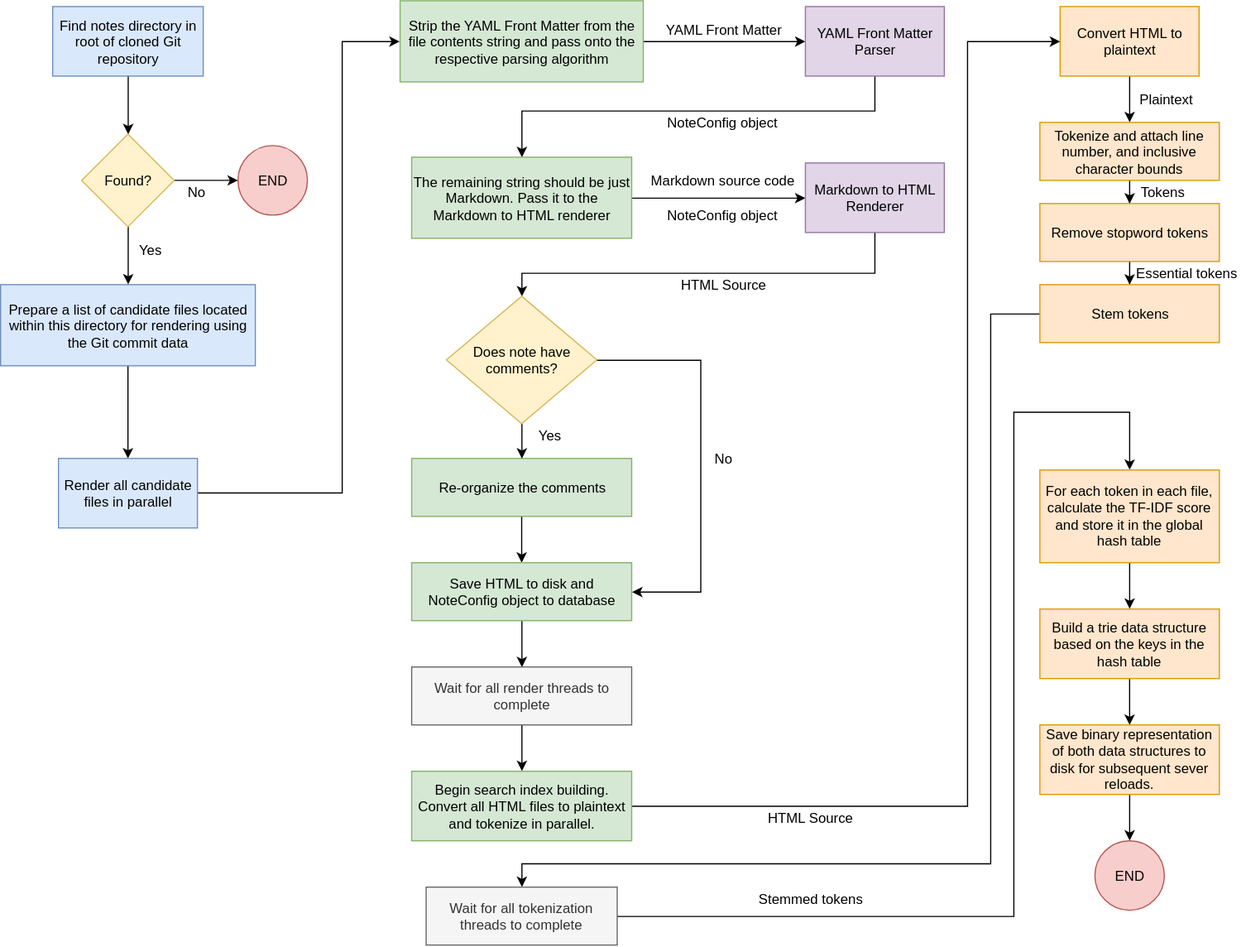
This is assets/RenderSearchIndexFlowchart.svg from RohitAwate/NoteHero, a draw.io export, as it was before one commit. Source tidied: cells renumbered, new cells last; positions are measured from the earlier drawing's top-left corner, leaving out a move shared by most shapes.
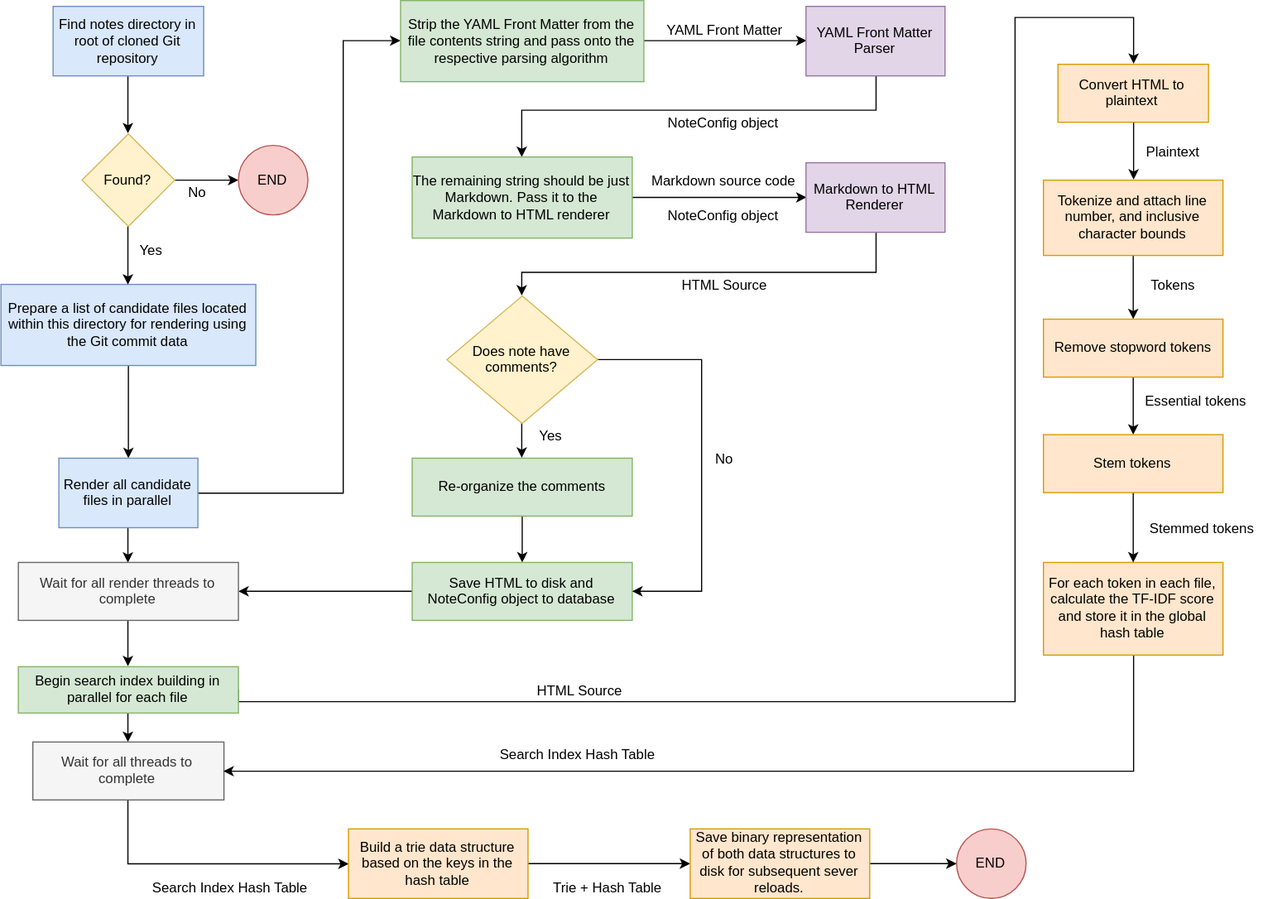
Later version of the same file.

Commit message:
Improve rendering flowchart

Diff of the diagram source:
```diff
@@ -42,6 +42,9 @@
         </Array>
       </mxGeometry>
     </mxCell>
+    <mxCell id="62" style="edgeStyle=orthogonalEdgeStyle;rounded=0;jettySize=auto;html=1;entryX=0.5;entryY=0;entryDx=0;entryDy=0;" parent="1" edge="1" source="13" target="38">
+      <mxGeometry relative="1" as="geometry" />
+    </mxCell>
     <mxCell id="13" value="Render all candidate files in parallel" style="rounded=0;whiteSpace=wrap;html=1;fillColor=#dae8fc;strokeColor=#6c8ebf;" parent="1" vertex="1">
       <mxGeometry x="50" y="395" width="120" height="60" as="geometry" />
     </mxCell>
@@ -97,7 +100,7 @@
     <mxCell id="27" value="HTML Source" style="text;html=1;align=center;verticalAlign=middle;" parent="1" vertex="1">
       <mxGeometry x="580" y="235" width="90" height="20" as="geometry" />
     </mxCell>
-    <mxCell id="28" style="edgeStyle=orthogonalEdgeStyle;rounded=0;jettySize=auto;html=1;entryX=0.5;entryY=0;entryDx=0;entryDy=0;" parent="1" edge="1" source="29" target="38">
+    <mxCell id="28" style="edgeStyle=orthogonalEdgeStyle;rounded=0;jettySize=auto;html=1;entryX=1;entryY=0.5;entryDx=0;entryDy=0;" parent="1" edge="1" source="29" target="38">
       <mxGeometry relative="1" as="geometry" />
     </mxCell>
     <mxCell id="29" value="Save HTML to disk and NoteConfig object to database" style="rounded=0;whiteSpace=wrap;html=1;fillColor=#d5e8d4;strokeColor=#82b366;" parent="1" vertex="1">
@@ -107,7 +110,7 @@
       <mxGeometry x="570" y="175" width="110" height="20" as="geometry" />
     </mxCell>
     <mxCell id="31" value="END" style="ellipse;whiteSpace=wrap;html=1;fillColor=#f8cecc;strokeColor=#b85450;" parent="1" vertex="1">
-      <mxGeometry x="945" y="725" width="60" height="60" as="geometry" />
+      <mxGeometry x="825" y="715" width="60" height="60" as="geometry" />
     </mxCell>
     <mxCell id="32" style="edgeStyle=orthogonalEdgeStyle;rounded=0;jettySize=auto;html=1;entryX=0.5;entryY=0;entryDx=0;entryDy=0;" parent="1" edge="1" source="34" target="26">
       <mxGeometry relative="1" as="geometry" />
@@ -134,93 +137,99 @@
       <mxGeometry relative="1" as="geometry" />
     </mxCell>
     <mxCell id="38" value="Wait for all render threads to complete" style="rounded=0;whiteSpace=wrap;html=1;fillColor=#f5f5f5;strokeColor=#666666;fontColor=#333333;" parent="1" vertex="1">
-      <mxGeometry x="355" y="575" width="190" height="50" as="geometry" />
+      <mxGeometry x="15" y="485" width="190" height="50" as="geometry" />
     </mxCell>
     <mxCell id="39" style="edgeStyle=orthogonalEdgeStyle;rounded=0;jettySize=auto;html=1;entryX=0.5;entryY=0;entryDx=0;entryDy=0;" parent="1" edge="1" source="40" target="42">
       <mxGeometry relative="1" as="geometry" />
     </mxCell>
     <mxCell id="40" value="Convert HTML to plaintext" style="rounded=0;whiteSpace=wrap;html=1;fillColor=#ffe6cc;strokeColor=#d79b00;" parent="1" vertex="1">
-      <mxGeometry x="915" y="5" width="120" height="60" as="geometry" />
+      <mxGeometry x="912.5" y="55" width="130" height="50" as="geometry" />
     </mxCell>
     <mxCell id="41" style="edgeStyle=orthogonalEdgeStyle;rounded=0;jettySize=auto;html=1;" parent="1" edge="1" source="42" target="58">
       <mxGeometry relative="1" as="geometry" />
     </mxCell>
     <mxCell id="42" value="&lt;div&gt;Tokenize and attach line number, and inclusive character bounds&lt;/div&gt;" style="rounded=0;whiteSpace=wrap;html=1;fillColor=#ffe6cc;strokeColor=#d79b00;" parent="1" vertex="1">
-      <mxGeometry x="897.5" y="105" width="155" height="50" as="geometry" />
+      <mxGeometry x="900" y="155" width="155" height="65" as="geometry" />
     </mxCell>
     <mxCell id="43" value="Plaintext" style="text;html=1;align=center;verticalAlign=middle;" parent="1" vertex="1">
-      <mxGeometry x="977" y="75" width="60" height="20" as="geometry" />
+      <mxGeometry x="982.5" y="120" width="60" height="20" as="geometry" />
     </mxCell>
     <mxCell id="44" value="Tokens" style="text;html=1;align=center;verticalAlign=middle;" parent="1" vertex="1">
-      <mxGeometry x="975" y="155" width="60" height="20" as="geometry" />
+      <mxGeometry x="982.5" y="235" width="60" height="20" as="geometry" />
     </mxCell>
-    <mxCell id="45" style="edgeStyle=orthogonalEdgeStyle;rounded=0;jettySize=auto;html=1;entryX=0;entryY=0.5;entryDx=0;entryDy=0;" parent="1" edge="1" source="46" target="40">
+    <mxCell id="45" style="edgeStyle=orthogonalEdgeStyle;rounded=0;jettySize=auto;html=1;entryX=0.5;entryY=0;entryDx=0;entryDy=0;exitX=1;exitY=0.5;exitDx=0;exitDy=0;" parent="1" edge="1" source="46" target="40">
       <mxGeometry relative="1" as="geometry">
         <Array as="points">
-          <mxPoint x="835" y="695" />
-          <mxPoint x="835" y="35" />
+          <mxPoint x="205" y="605" />
+          <mxPoint x="875" y="605" />
+          <mxPoint x="875" y="15" />
+          <mxPoint x="978" y="15" />
         </Array>
       </mxGeometry>
     </mxCell>
+    <mxCell id="63" style="edgeStyle=orthogonalEdgeStyle;rounded=0;jettySize=auto;html=1;" parent="1" edge="1" source="46" target="49">
+      <mxGeometry relative="1" as="geometry" />
+    </mxCell>
-    <mxCell id="46" value="Begin search index building. Convert all HTML files to plaintext and tokenize in parallel." style="rounded=0;whiteSpace=wrap;html=1;fillColor=#d5e8d4;strokeColor=#82b366;" parent="1" vertex="1">
-      <mxGeometry x="355" y="665" width="190" height="60" as="geometry" />
+    <mxCell id="46" value="Begin search index building in parallel for each file" style="rounded=0;whiteSpace=wrap;html=1;fillColor=#d5e8d4;strokeColor=#82b366;" parent="1" vertex="1">
+      <mxGeometry x="15" y="575" width="190" height="40" as="geometry" />
     </mxCell>
     <mxCell id="47" value="HTML Source" style="text;html=1;align=center;verticalAlign=middle;" parent="1" vertex="1">
-      <mxGeometry x="655" y="695" width="90" height="20" as="geometry" />
+      <mxGeometry x="455" y="585" width="90" height="20" as="geometry" />
     </mxCell>
-    <mxCell id="48" style="edgeStyle=orthogonalEdgeStyle;rounded=0;jettySize=auto;html=1;entryX=0.5;entryY=0;entryDx=0;entryDy=0;" parent="1" edge="1" source="49" target="51">
-      <mxGeometry relative="1" as="geometry">
-        <Array as="points">
-          <mxPoint x="875" y="790" />
-          <mxPoint x="875" y="355" />
-          <mxPoint x="975" y="355" />
-        </Array>
-      </mxGeometry>
-    </mxCell>
+    <mxCell id="64" style="edgeStyle=orthogonalEdgeStyle;rounded=0;jettySize=auto;html=1;entryX=0;entryY=0.5;entryDx=0;entryDy=0;exitX=0.5;exitY=1;exitDx=0;exitDy=0;" parent="1" edge="1" source="49" target="54">
+      <mxGeometry relative="1" as="geometry" />
+    </mxCell>
-    <mxCell id="49" value="Wait for all tokenization threads to complete" style="rounded=0;whiteSpace=wrap;html=1;fillColor=#f5f5f5;strokeColor=#666666;fontColor=#333333;" parent="1" vertex="1">
-      <mxGeometry x="367.5" y="765" width="165" height="50" as="geometry" />
+    <mxCell id="49" value="Wait for all threads to complete" style="rounded=0;whiteSpace=wrap;html=1;fillColor=#f5f5f5;strokeColor=#666666;fontColor=#333333;" parent="1" vertex="1">
+      <mxGeometry x="27.5" y="640" width="165" height="50" as="geometry" />
     </mxCell>
-    <mxCell id="50" style="edgeStyle=orthogonalEdgeStyle;rounded=0;jettySize=auto;html=1;entryX=0.5;entryY=0;entryDx=0;entryDy=0;" parent="1" edge="1" source="51" target="54">
-      <mxGeometry relative="1" as="geometry" />
-    </mxCell>
+    <mxCell id="65" style="edgeStyle=orthogonalEdgeStyle;rounded=0;jettySize=auto;html=1;entryX=1;entryY=0.5;entryDx=0;entryDy=0;exitX=0.5;exitY=1;exitDx=0;exitDy=0;" parent="1" edge="1" source="51" target="49">
+      <mxGeometry relative="1" as="geometry">
+        <Array as="points">
+          <mxPoint x="978" y="665" />
+        </Array>
+      </mxGeometry>
+    </mxCell>
     <mxCell id="51" value="For each token in each file, calculate the TF-IDF score and store it in the global hash table" style="rounded=0;whiteSpace=wrap;html=1;fillColor=#ffe6cc;strokeColor=#d79b00;" parent="1" vertex="1">
-      <mxGeometry x="897.5" y="405" width="155" height="80" as="geometry" />
+      <mxGeometry x="900" y="485" width="155" height="80" as="geometry" />
     </mxCell>
-    <mxCell id="52" value="Stemmed tokens" style="text;html=1;align=center;verticalAlign=middle;" parent="1" vertex="1">
-      <mxGeometry x="645" y="765" width="110" height="20" as="geometry" />
-    </mxCell>
     <mxCell id="53" style="edgeStyle=orthogonalEdgeStyle;rounded=0;jettySize=auto;html=1;" parent="1" edge="1" source="54" target="56">
       <mxGeometry relative="1" as="geometry" />
     </mxCell>
     <mxCell id="54" value="Build a trie data structure based on the keys in the hash table" style="rounded=0;whiteSpace=wrap;html=1;fillColor=#ffe6cc;strokeColor=#d79b00;" parent="1" vertex="1">
-      <mxGeometry x="897.5" y="525" width="155" height="60" as="geometry" />
+      <mxGeometry x="300" y="715" width="155" height="60" as="geometry" />
     </mxCell>
-    <mxCell id="55" style="edgeStyle=orthogonalEdgeStyle;rounded=0;jettySize=auto;html=1;entryX=0.5;entryY=0;entryDx=0;entryDy=0;" parent="1" edge="1" source="56" target="31">
+    <mxCell id="55" style="edgeStyle=orthogonalEdgeStyle;rounded=0;jettySize=auto;html=1;" parent="1" edge="1" source="56" target="31">
       <mxGeometry relative="1" as="geometry" />
     </mxCell>
     <mxCell id="56" value="Save binary representation of both data structures to disk for subsequent sever reloads." style="rounded=0;whiteSpace=wrap;html=1;fillColor=#ffe6cc;strokeColor=#d79b00;" parent="1" vertex="1">
-      <mxGeometry x="897.5" y="625" width="155" height="60" as="geometry" />
+      <mxGeometry x="595" y="715" width="155" height="60" as="geometry" />
     </mxCell>
     <mxCell id="57" style="edgeStyle=orthogonalEdgeStyle;rounded=0;jettySize=auto;html=1;" parent="1" edge="1" source="58" target="60">
       <mxGeometry relative="1" as="geometry" />
     </mxCell>
     <mxCell id="58" value="Remove stopword tokens" style="rounded=0;whiteSpace=wrap;html=1;fillColor=#ffe6cc;strokeColor=#d79b00;" parent="1" vertex="1">
-      <mxGeometry x="897.5" y="175" width="155" height="50" as="geometry" />
+      <mxGeometry x="900" y="275" width="155" height="50" as="geometry" />
     </mxCell>
-    <mxCell id="59" style="edgeStyle=orthogonalEdgeStyle;rounded=0;jettySize=auto;html=1;entryX=0.5;entryY=0;entryDx=0;entryDy=0;" parent="1" edge="1" source="60" target="49">
-      <mxGeometry relative="1" as="geometry">
-        <Array as="points">
-          <mxPoint x="855" y="270" />
-          <mxPoint x="855" y="745" />
-          <mxPoint x="450" y="745" />
-        </Array>
-      </mxGeometry>
-    </mxCell>
+    <mxCell id="66" style="edgeStyle=orthogonalEdgeStyle;rounded=0;jettySize=auto;html=1;" parent="1" edge="1" source="60" target="51">
+      <mxGeometry relative="1" as="geometry" />
+    </mxCell>
     <mxCell id="60" value="Stem tokens" style="rounded=0;whiteSpace=wrap;html=1;fillColor=#ffe6cc;strokeColor=#d79b00;" parent="1" vertex="1">
-      <mxGeometry x="897.5" y="245" width="155" height="50" as="geometry" />
+      <mxGeometry x="900" y="374.7" width="155" height="50" as="geometry" />
     </mxCell>
     <mxCell id="61" value="Essential tokens" style="text;html=1;align=center;verticalAlign=middle;" parent="1" vertex="1">
-      <mxGeometry x="975" y="225" width="100" height="20" as="geometry" />
+      <mxGeometry x="982.5" y="335" width="100" height="20" as="geometry" />
     </mxCell>
+    <mxCell id="52" value="Stemmed tokens" style="text;html=1;align=center;verticalAlign=middle;" parent="1" vertex="1">
+      <mxGeometry x="982.5" y="445" width="110" height="20" as="geometry" />
+    </mxCell>
+    <mxCell id="67" value="Search Index Hash Table" style="text;html=1;align=center;verticalAlign=middle;" parent="1" vertex="1">
+      <mxGeometry x="425" y="640" width="150" height="20" as="geometry" />
+    </mxCell>
+    <mxCell id="68" value="Search Index Hash Table" style="text;html=1;align=center;verticalAlign=middle;" parent="1" vertex="1">
+      <mxGeometry x="125" y="755" width="150" height="20" as="geometry" />
+    </mxCell>
+    <mxCell id="69" value="&lt;div&gt;Trie + Hash Table&lt;br&gt;&lt;/div&gt;" style="text;html=1;align=center;verticalAlign=middle;" parent="1" vertex="1">
+      <mxGeometry x="470" y="755" width="110" height="20" as="geometry" />
+    </mxCell>
   </root>
 </mxGraphModel>
```
